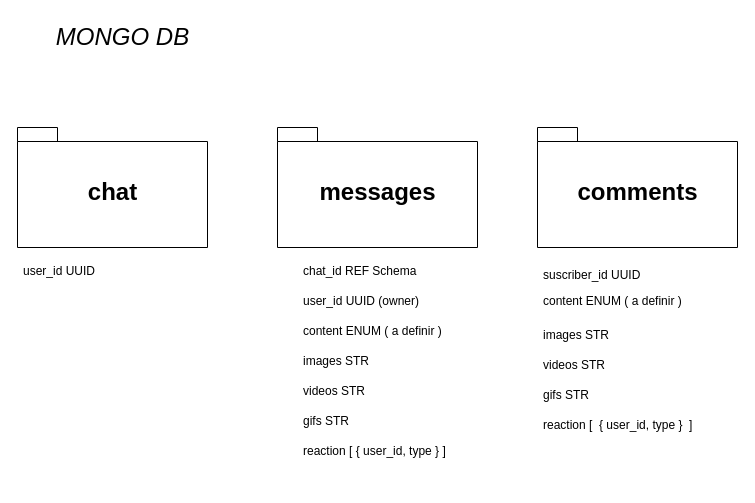
Earlier version of the draw.io diagram api/src/diagrams/noRelational.drawio (No-Country/s12-08-ft-node-react). Source tidied: cells renumbered, new cells numbered last; positions are measured from the earlier drawing's top-left corner, leaving out a move shared by most shapes. Both pictures are drawn from the tidied source at 100%, with x=0, y=0 at pixel (17, 17).
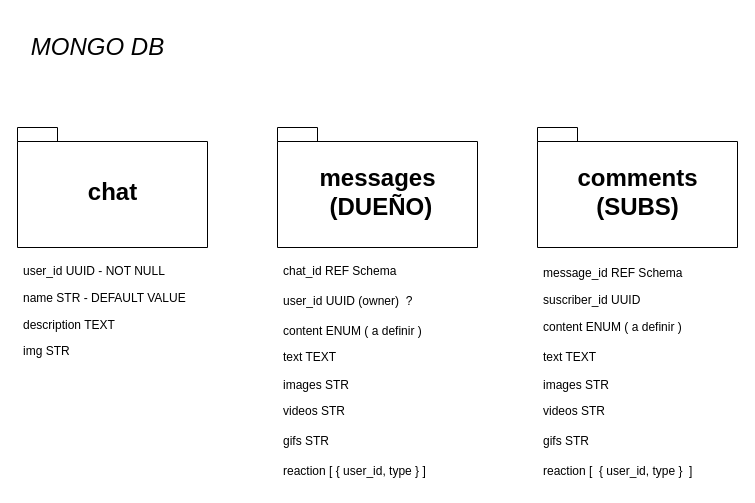
The same diagram, later.

Commit message (it also covers changes not shown here):
Backend - End of diagrams

Change to the diagram source:
```diff
@@
-    <mxCell id="3" value="messages" style="shape=folder;fontStyle=1;spacingTop=10;tabWidth=40;tabHeight=14;tabPosition=left;html=1;fontSize=24;" parent="1" vertex="1">
+    <mxCell id="3" value="messages&lt;br&gt;&amp;nbsp;(DUEÑO)" style="shape=folder;fontStyle=1;spacingTop=10;tabWidth=40;tabHeight=14;tabPosition=left;html=1;fontSize=24;" parent="1" vertex="1">
       <mxGeometry x="260" y="110" width="200" height="120" as="geometry" />
     </mxCell>
     <mxCell id="4" value="&lt;span style=&quot;font-size: 24px;&quot;&gt;&lt;i&gt;MONGO DB&lt;/i&gt;&lt;/span&gt;" style="text;html=1;align=center;verticalAlign=middle;strokeColor=none;fillColor=none;" parent="1" vertex="1">
-      <mxGeometry x="25" width="160" height="40" as="geometry" />
+      <mxGeometry y="10" width="160" height="40" as="geometry" />
     </mxCell>
-    <mxCell id="5" value="user_id UUID " style="text;strokeColor=none;fillColor=none;align=left;verticalAlign=top;spacingLeft=4;spacingRight=4;overflow=hidden;" parent="1" vertex="1">
+    <mxCell id="5" value="user_id UUID - NOT NULL" style="text;strokeColor=none;fillColor=none;align=left;verticalAlign=top;spacingLeft=4;spacingRight=4;overflow=hidden;" parent="1" vertex="1">
       <mxGeometry y="240" width="160" height="26" as="geometry" />
     </mxCell>
     <mxCell id="6" value="chat_id REF Schema" style="text;strokeColor=none;fillColor=none;align=left;verticalAlign=top;spacingLeft=4;spacingRight=4;overflow=hidden;" parent="1" vertex="1">
-      <mxGeometry x="280" y="240" width="160" height="26" as="geometry" />
+      <mxGeometry x="260" y="240" width="160" height="26" as="geometry" />
     </mxCell>
-    <mxCell id="7" value="user_id UUID (owner) " style="text;strokeColor=none;fillColor=none;align=left;verticalAlign=top;spacingLeft=4;spacingRight=4;overflow=hidden;" parent="1" vertex="1">
-      <mxGeometry x="280" y="270" width="160" height="26" as="geometry" />
+    <mxCell id="7" value="user_id UUID (owner)  ?" style="text;strokeColor=none;fillColor=none;align=left;verticalAlign=top;spacingLeft=4;spacingRight=4;overflow=hidden;" parent="1" vertex="1">
+      <mxGeometry x="260" y="270" width="160" height="26" as="geometry" />
     </mxCell>
     <mxCell id="8" value="images STR " style="text;strokeColor=none;fillColor=none;align=left;verticalAlign=top;spacingLeft=4;spacingRight=4;overflow=hidden;" parent="1" vertex="1">
-      <mxGeometry x="280" y="330" width="160" height="26" as="geometry" />
+      <mxGeometry x="260" y="354" width="160" height="26" as="geometry" />
     </mxCell>
     <mxCell id="9" value="content ENUM ( a definir )" style="text;strokeColor=none;fillColor=none;align=left;verticalAlign=top;spacingLeft=4;spacingRight=4;overflow=hidden;" parent="1" vertex="1">
-      <mxGeometry x="280" y="300" width="160" height="20" as="geometry" />
+      <mxGeometry x="260" y="300" width="160" height="20" as="geometry" />
     </mxCell>
     <mxCell id="10" value="videos STR" style="text;strokeColor=none;fillColor=none;align=left;verticalAlign=top;spacingLeft=4;spacingRight=4;overflow=hidden;" parent="1" vertex="1">
-      <mxGeometry x="280" y="360" width="160" height="26" as="geometry" />
+      <mxGeometry x="260" y="380" width="160" height="26" as="geometry" />
     </mxCell>
     <mxCell id="11" value="gifs STR" style="text;strokeColor=none;fillColor=none;align=left;verticalAlign=top;spacingLeft=4;spacingRight=4;overflow=hidden;" parent="1" vertex="1">
-      <mxGeometry x="280" y="390" width="160" height="26" as="geometry" />
+      <mxGeometry x="260" y="410" width="160" height="26" as="geometry" />
     </mxCell>
     <mxCell id="12" value="reaction [ { user_id, type } ]" style="text;strokeColor=none;fillColor=none;align=left;verticalAlign=top;spacingLeft=4;spacingRight=4;overflow=hidden;" parent="1" vertex="1">
-      <mxGeometry x="280" y="420" width="160" height="26" as="geometry" />
+      <mxGeometry x="260" y="440" width="160" height="26" as="geometry" />
     </mxCell>
-    <mxCell id="13" value="comments" style="shape=folder;fontStyle=1;spacingTop=10;tabWidth=40;tabHeight=14;tabPosition=left;html=1;fontSize=24;" parent="1" vertex="1">
+    <mxCell id="13" value="comments&lt;br&gt;(SUBS)" style="shape=folder;fontStyle=1;spacingTop=10;tabWidth=40;tabHeight=14;tabPosition=left;html=1;fontSize=24;" parent="1" vertex="1">
       <mxGeometry x="520" y="110" width="200" height="120" as="geometry" />
     </mxCell>
     <mxCell id="14" value="suscriber_id UUID" style="text;strokeColor=none;fillColor=none;align=left;verticalAlign=top;spacingLeft=4;spacingRight=4;overflow=hidden;" parent="1" vertex="1">
-      <mxGeometry x="520" y="244" width="160" height="26" as="geometry" />
+      <mxGeometry x="520" y="269" width="160" height="26" as="geometry" />
     </mxCell>
     <mxCell id="15" value="content ENUM ( a definir )" style="text;strokeColor=none;fillColor=none;align=left;verticalAlign=top;spacingLeft=4;spacingRight=4;overflow=hidden;" parent="1" vertex="1">
-      <mxGeometry x="520" y="270" width="160" height="20" as="geometry" />
+      <mxGeometry x="520" y="296" width="160" height="20" as="geometry" />
     </mxCell>
     <mxCell id="16" value="images STR " style="text;strokeColor=none;fillColor=none;align=left;verticalAlign=top;spacingLeft=4;spacingRight=4;overflow=hidden;" parent="1" vertex="1">
-      <mxGeometry x="520" y="304" width="160" height="26" as="geometry" />
+      <mxGeometry x="520" y="354" width="160" height="26" as="geometry" />
     </mxCell>
     <mxCell id="17" value="videos STR" style="text;strokeColor=none;fillColor=none;align=left;verticalAlign=top;spacingLeft=4;spacingRight=4;overflow=hidden;" parent="1" vertex="1">
-      <mxGeometry x="520" y="334" width="160" height="26" as="geometry" />
+      <mxGeometry x="520" y="380" width="160" height="26" as="geometry" />
     </mxCell>
     <mxCell id="18" value="gifs STR" style="text;strokeColor=none;fillColor=none;align=left;verticalAlign=top;spacingLeft=4;spacingRight=4;overflow=hidden;" parent="1" vertex="1">
-      <mxGeometry x="520" y="364" width="160" height="26" as="geometry" />
+      <mxGeometry x="520" y="410" width="160" height="26" as="geometry" />
     </mxCell>
     <mxCell id="19" value="reaction [  { user_id, type }  ]" style="text;strokeColor=none;fillColor=none;align=left;verticalAlign=top;spacingLeft=4;spacingRight=4;overflow=hidden;" parent="1" vertex="1">
-      <mxGeometry x="520" y="394" width="160" height="26" as="geometry" />
+      <mxGeometry x="520" y="440" width="160" height="26" as="geometry" />
     </mxCell>
+    <mxCell id="20" value="name STR - DEFAULT VALUE" style="text;strokeColor=none;fillColor=none;align=left;verticalAlign=top;spacingLeft=4;spacingRight=4;overflow=hidden;" parent="1" vertex="1">
+      <mxGeometry y="267" width="180" height="26" as="geometry" />
+    </mxCell>
+    <mxCell id="21" value="description TEXT" style="text;strokeColor=none;fillColor=none;align=left;verticalAlign=top;spacingLeft=4;spacingRight=4;overflow=hidden;" parent="1" vertex="1">
+      <mxGeometry y="294" width="160" height="26" as="geometry" />
+    </mxCell>
+    <mxCell id="22" value="img STR" style="text;strokeColor=none;fillColor=none;align=left;verticalAlign=top;spacingLeft=4;spacingRight=4;overflow=hidden;" parent="1" vertex="1">
+      <mxGeometry y="320" width="160" height="26" as="geometry" />
+    </mxCell>
+    <mxCell id="23" value="text TEXT" style="text;strokeColor=none;fillColor=none;align=left;verticalAlign=top;spacingLeft=4;spacingRight=4;overflow=hidden;" parent="1" vertex="1">
+      <mxGeometry x="260" y="326" width="160" height="20" as="geometry" />
+    </mxCell>
+    <mxCell id="24" value="text TEXT" style="text;strokeColor=none;fillColor=none;align=left;verticalAlign=top;spacingLeft=4;spacingRight=4;overflow=hidden;" parent="1" vertex="1">
+      <mxGeometry x="520" y="326" width="160" height="20" as="geometry" />
+    </mxCell>
+    <mxCell id="25" value="message_id REF Schema" style="text;strokeColor=none;fillColor=none;align=left;verticalAlign=top;spacingLeft=4;spacingRight=4;overflow=hidden;" parent="1" vertex="1">
+      <mxGeometry x="520" y="242" width="160" height="26" as="geometry" />
+    </mxCell>
```
